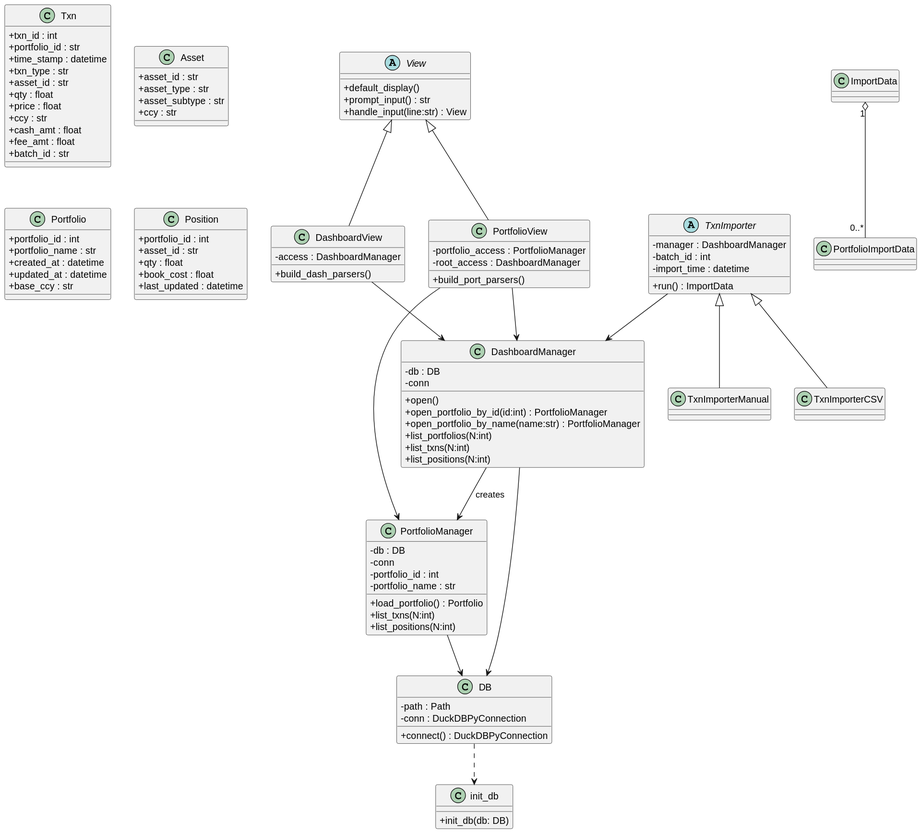
Earlier version of the PlantUML export docs/classes/to-display/app_ph1.svg (greadee/quaint_dash).
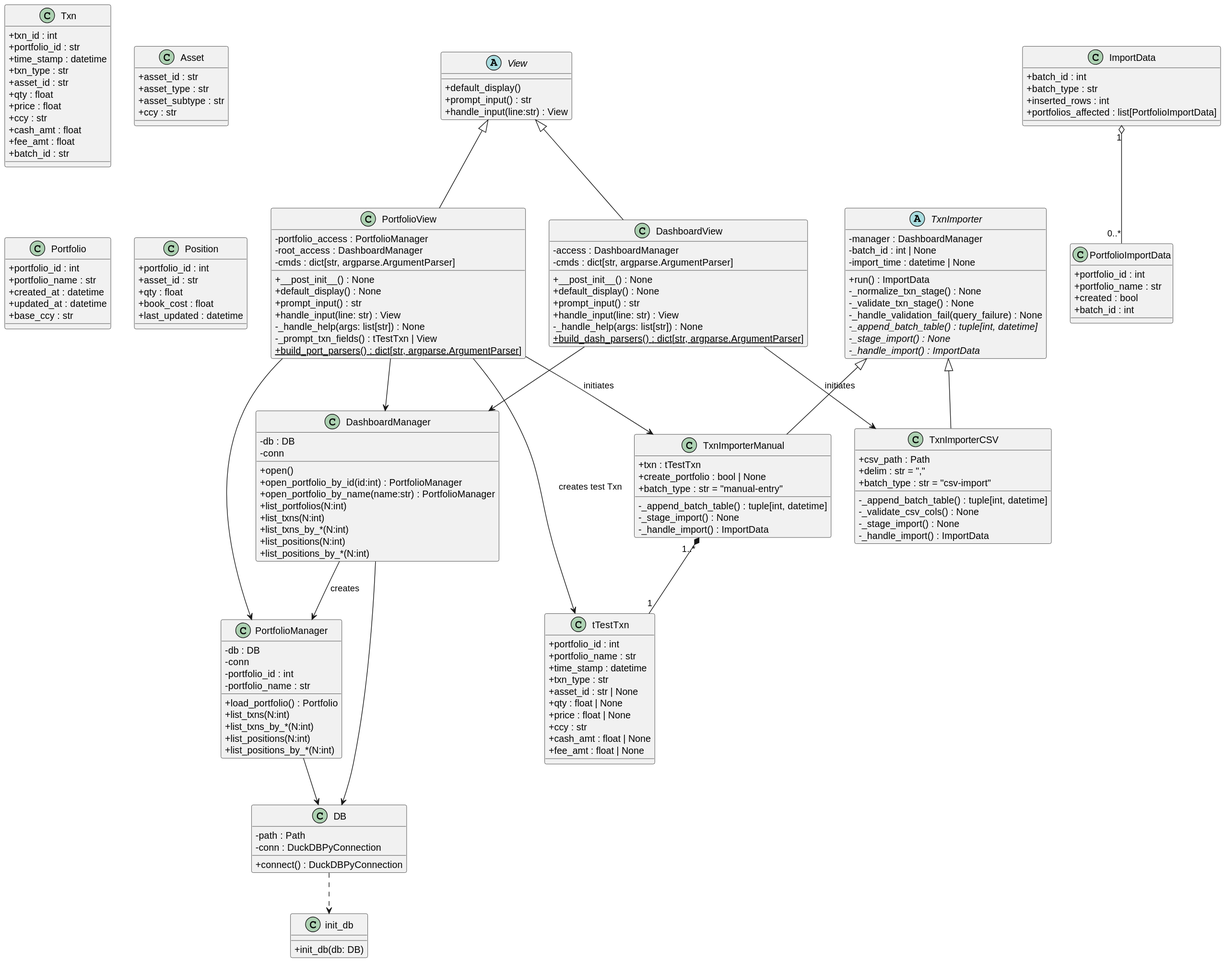
Above is the later version.

Commit message:
docs: fix up UML diagram missing attr./methods, clear TODO.md

Diff of the diagram source:
```diff
@@ -52,8 +52,20 @@
   + last_updated : datetime
 }
 
-class PortfolioImportData
-class ImportData
+
+class PortfolioImportData {
+  + portfolio_id : int
+  + portfolio_name : str
+  + created : bool
+  + batch_id : int
+}
+
+class ImportData {
+  + batch_id : int
+  + batch_type : str
+  + inserted_rows : int
+  + portfolios_affected : list[PortfolioImportData]
+}
 
 ImportData "1" o-- "0..*" PortfolioImportData
 
@@ -66,7 +78,9 @@
   + open_portfolio_by_name(name:str) : PortfolioManager
   + list_portfolios(N:int)
   + list_txns(N:int)
+  + list_txns_by_*(N:int)
   + list_positions(N:int)
+  + list_positions_by_*(N:int)
 }
 
 class PortfolioManager {
@@ -76,7 +90,9 @@
   - portfolio_name : str
   + load_portfolio() : Portfolio
   + list_txns(N:int)
+  + list_txns_by_*(N:int)
   + list_positions(N:int)
+  + list_positions_by_*(N:int)
 }
 
 DashboardManager --> DB
@@ -84,20 +100,58 @@
 DashboardManager --> PortfolioManager : creates
 
 
+class tTestTxn {
+  + portfolio_id : int
+  + portfolio_name : str
+  + time_stamp : datetime
+  + txn_type : str
+  + asset_id : str | None
+  + qty : float | None
+  + price : float | None
+  + ccy : str
+  + cash_amt : float | None
+  + fee_amt : float | None
+}
+
 abstract class TxnImporter {
   - manager : DashboardManager
-  - batch_id : int
-  - import_time : datetime
+  - batch_id : int | None
+  - import_time : datetime | None
   + run() : ImportData
+  - _normalize_txn_stage() : None
+  - _validate_txn_stage() : None
+  - _handle_validation_fail(query_failure) : None
+  {abstract} - _append_batch_table() : tuple[int, datetime]
+  {abstract} - _stage_import() : None
+  {abstract} - _handle_import() : ImportData
 }
 
-class TxnImporterManual
-class TxnImporterCSV
+class TxnImporterManual {
+  + txn : tTestTxn
+  + create_portfolio : bool | None
+  + batch_type : str = "manual-entry"
+  - _append_batch_table() : tuple[int, datetime]
+  - _stage_import() : None
+  - _handle_import() : ImportData
+}
+
+class TxnImporterCSV {
+  + csv_path : Path
+  + delim : str = ","
+  + batch_type : str = "csv-import"
+  - _append_batch_table() : tuple[int, datetime]
+  - _validate_csv_cols() : None
+  - _stage_import() : None
+  - _handle_import() : ImportData
+}
 
 TxnImporter <|-- TxnImporterManual
 TxnImporter <|-- TxnImporterCSV
+TxnImporterManual "1..*" *-- "1" tTestTxn
 
-TxnImporter --> DashboardManager
+PortfolioView --> TxnImporterManual : initiates
+DashboardView --> TxnImporterCSV : initiates
+PortfolioView --> tTestTxn : creates test Txn
 
 
 abstract class View {
@@ -108,13 +162,26 @@
 
 class DashboardView {
   - access : DashboardManager
-  + build_dash_parsers()
+  - cmds : dict[str, argparse.ArgumentParser]
+  + __post_init__() : None
+  + default_display() : None
+  + prompt_input() : str
+  + handle_input(line: str) : View
+  - _handle_help(args: list[str]) : None
+  {static} + build_dash_parsers() : dict[str, argparse.ArgumentParser]
 }
 
 class PortfolioView {
   - portfolio_access : PortfolioManager
   - root_access : DashboardManager
-  + build_port_parsers()
+  - cmds : dict[str, argparse.ArgumentParser]
+  + __post_init__() : None
+  + default_display() : None
+  + prompt_input() : str
+  + handle_input(line: str) : View
+  - _handle_help(args: list[str]) : None
+  - _prompt_txn_fields() : tTestTxn | View
+  {static} + build_port_parsers() : dict[str, argparse.ArgumentParser]
 }
 
 View <|-- DashboardView
```
